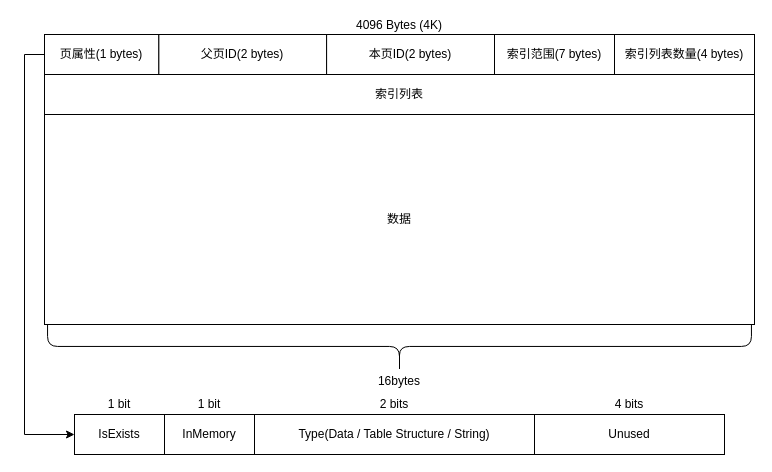
Before: docs/draw.io/文件页编码.drawio in caoaolong/csdb-teach, a draw.io diagram. Source tidied: cells renumbered, new cells numbered last; positions are measured from the earlier drawing's top-left corner, leaving out a move shared by most shapes. Both pictures are drawn from the tidied source at 100%, with x=0, y=0 at pixel (24, -6).
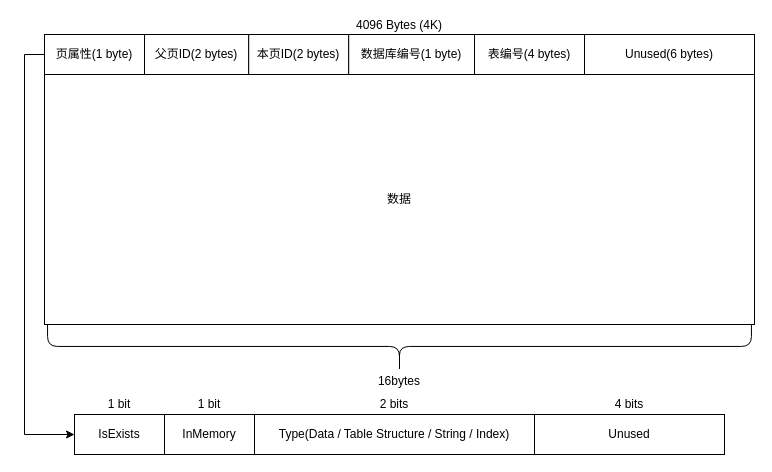
After the change.

Commit message (it also covers changes not shown here):
文件页编码 - 修改

The change refers to these unchanged cells:
```xml
<mxCell id="12" style="group;" parent="1" vertex="1">
  <mxGeometry x="50" y="400" width="650" height="60" as="geometry" />
</mxCell>
```

Change to the diagram source:
```diff
@@
-    <mxCell id="4" value="索引列表" style="rounded=0;whiteSpace=wrap;html=1;labelPosition=center;verticalLabelPosition=middle;align=center;verticalAlign=middle;" parent="1" vertex="1">
-      <mxGeometry x="20" y="80" width="710" height="40" as="geometry" />
-    </mxCell>
     <mxCell id="5" value="父页ID(2 bytes)" style="rounded=0;whiteSpace=wrap;html=1;" parent="1" vertex="1">
-      <mxGeometry x="134.2" y="40" width="167.9" height="40" as="geometry" />
+      <mxGeometry x="120" y="40" width="104.2" height="40" as="geometry" />
     </mxCell>
     <mxCell id="6" value="本页ID(2 bytes)" style="rounded=0;whiteSpace=wrap;html=1;" parent="1" vertex="1">
-      <mxGeometry x="302.1" y="40" width="167.9" height="40" as="geometry" />
+      <mxGeometry x="224.2" y="40" width="100" height="40" as="geometry" />
     </mxCell>
-    <mxCell id="7" value="索引范围(7 bytes)" style="rounded=0;whiteSpace=wrap;html=1;" parent="1" vertex="1">
-      <mxGeometry x="470" y="40" width="120" height="40" as="geometry" />
-    </mxCell>
     <mxCell id="8" value="数据" style="rounded=0;whiteSpace=wrap;html=1;" parent="1" vertex="1">
-      <mxGeometry x="20" y="120" width="710" height="210" as="geometry" />
+      <mxGeometry x="20" y="80" width="710" height="250" as="geometry" />
     </mxCell>
-    <mxCell id="9" value="索引列表数量(4 bytes)" style="rounded=0;whiteSpace=wrap;html=1;" parent="1" vertex="1">
-      <mxGeometry x="590" y="40" width="140" height="40" as="geometry" />
+    <mxCell id="9" value="数据库编号(1 byte)" style="rounded=0;whiteSpace=wrap;html=1;" parent="1" vertex="1">
+      <mxGeometry x="324.2" y="40" width="125.8" height="40" as="geometry" />
     </mxCell>
@@
-    <mxCell id="11" value="页属性(1 bytes)" style="rounded=0;whiteSpace=wrap;html=1;" parent="1" vertex="1">
-      <mxGeometry x="20" y="40" width="114.2" height="40" as="geometry" />
+    <mxCell id="11" value="页属性(1 byte)" style="rounded=0;whiteSpace=wrap;html=1;" parent="1" vertex="1">
+      <mxGeometry x="20" y="40" width="100" height="40" as="geometry" />
     </mxCell>
@@
-    <mxCell id="15" value="Type(Data / Table Structure / String)" style="rounded=0;whiteSpace=wrap;html=1;" parent="12" vertex="1">
+    <mxCell id="15" value="Type(Data / Table Structure / String / Index)" style="rounded=0;whiteSpace=wrap;html=1;" parent="12" vertex="1">
       <mxGeometry x="180" y="20" width="280" height="40" as="geometry" />
     </mxCell>
@@
+    <mxCell id="21" value="表编号(4 bytes)" style="rounded=0;whiteSpace=wrap;html=1;" parent="1" vertex="1">
+      <mxGeometry x="450" y="40" width="110" height="40" as="geometry" />
+    </mxCell>
+    <mxCell id="22" value="Unused(6 bytes)" style="rounded=0;whiteSpace=wrap;html=1;" parent="1" vertex="1">
+      <mxGeometry x="560" y="40" width="170" height="40" as="geometry" />
+    </mxCell>
```
